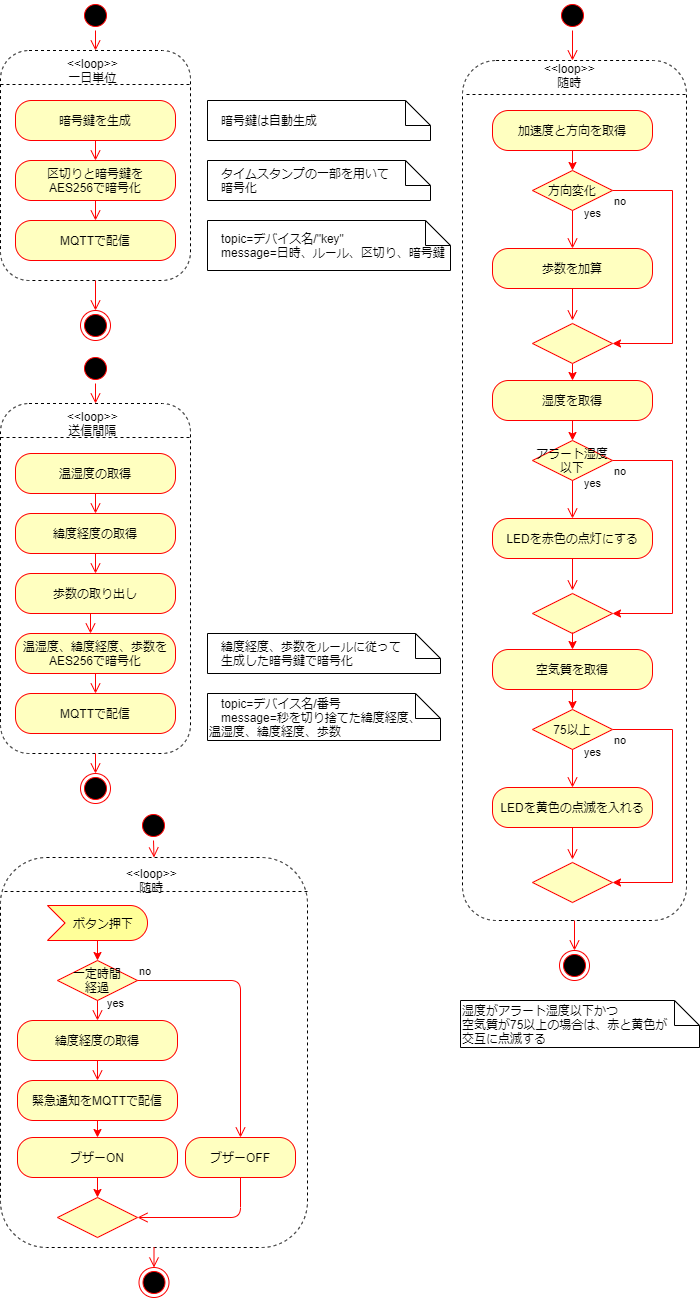
The draw.io diagram GPSトラッカーアクティビティ.png in giangdolqa/GpsTrackerContactApp, before a commit. Source tidied: cells renumbered, new cells last; positions are measured from the earlier drawing's top-left corner, leaving out a move shared by most shapes.
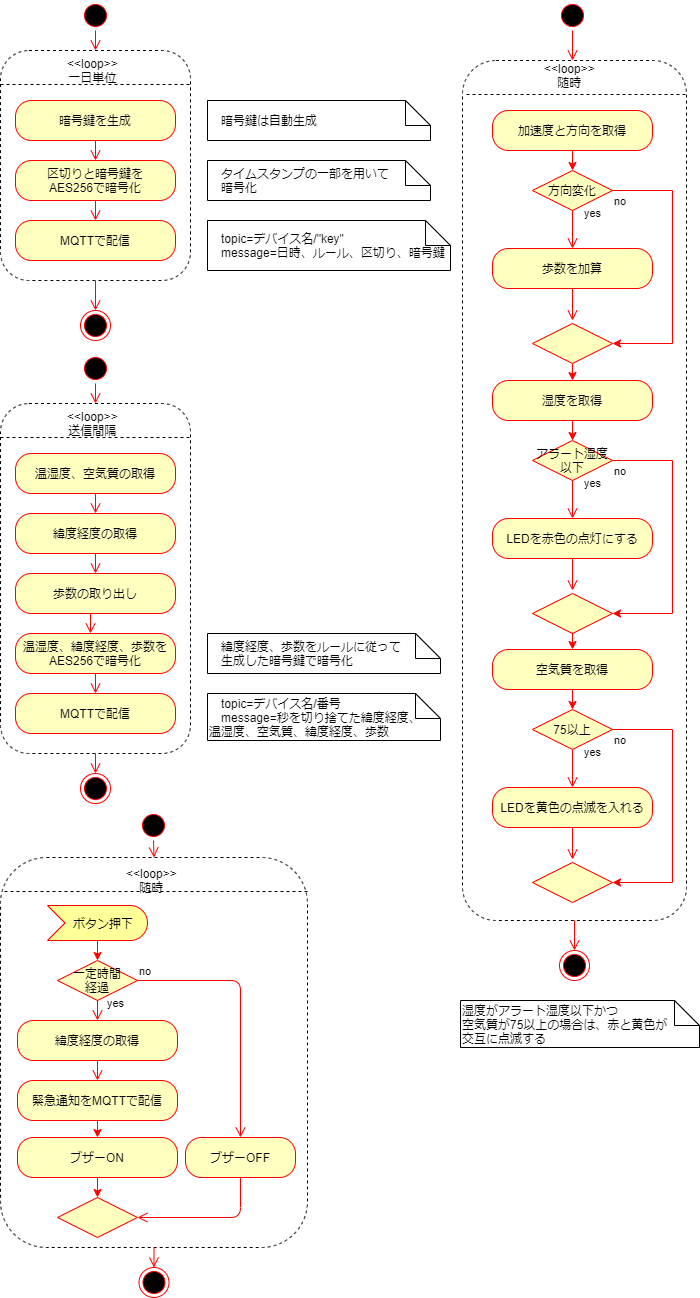
After the change.

Change to the diagram source:
```diff
@@ -17,7 +17,7 @@
     <mxCell id="6" style="edgeStyle=orthogonalEdgeStyle;html=1;verticalAlign=bottom;endArrow=open;endSize=8;strokeColor=#ff0000;entryX=0.5;entryY=0;entryDx=0;entryDy=0;exitX=0.5;exitY=1;exitDx=0;exitDy=0;" parent="1" edge="1" source="5" target="19">
       <mxGeometry relative="1" as="geometry" />
     </mxCell>
-    <mxCell id="7" value="温湿度の取得" style="rounded=1;whiteSpace=wrap;html=1;arcSize=40;fontColor=#000000;fillColor=#ffffc0;strokeColor=#ff0000;" parent="1" vertex="1">
+    <mxCell id="7" value="温湿度、空気質の取得" style="rounded=1;whiteSpace=wrap;html=1;arcSize=40;fontColor=#000000;fillColor=#ffffc0;strokeColor=#ff0000;" parent="1" vertex="1">
       <mxGeometry x="15" y="453" width="160" height="40" as="geometry" />
     </mxCell>
     <mxCell id="8" style="edgeStyle=orthogonalEdgeStyle;html=1;verticalAlign=bottom;endArrow=open;endSize=8;strokeColor=#ff0000;entryX=0.5;entryY=0;entryDx=0;entryDy=0;" parent="1" edge="1" source="7" target="10">
@@ -173,7 +173,7 @@
     <mxCell id="50" style="rhombus;whiteSpace=wrap;html=1;fillColor=#ffffc0;strokeColor=#ff0000;fontColor=#000000;" parent="1" vertex="1">
       <mxGeometry x="57" y="1197" width="80" height="40" as="geometry" />
     </mxCell>
-    <mxCell id="51" value="　topic=デバイス名/番号&lt;br&gt;　message=秒を切り捨てた緯度経度、&lt;br&gt;温湿度、緯度経度、歩数" style="shape=note2;boundedLbl=1;whiteSpace=wrap;html=1;size=25;verticalAlign=middle;align=left;labelBackgroundColor=none;fontColor=#000000;fillColor=none;" parent="1" vertex="1">
+    <mxCell id="51" value="　topic=デバイス名/番号&lt;br&gt;　message=秒を切り捨てた緯度経度、&lt;br&gt;温湿度、空気質、緯度経度、歩数" style="shape=note2;boundedLbl=1;whiteSpace=wrap;html=1;size=25;verticalAlign=middle;align=left;labelBackgroundColor=none;fontColor=#000000;fillColor=none;" parent="1" vertex="1">
       <mxGeometry x="207" y="693" width="233" height="47" as="geometry" />
     </mxCell>
     <mxCell id="52" style="rounded=1;whiteSpace=wrap;html=1;labelBackgroundColor=none;fontColor=#FFFFFF;align=left;fillColor=none;dashed=1;" parent="1" vertex="1">
```
